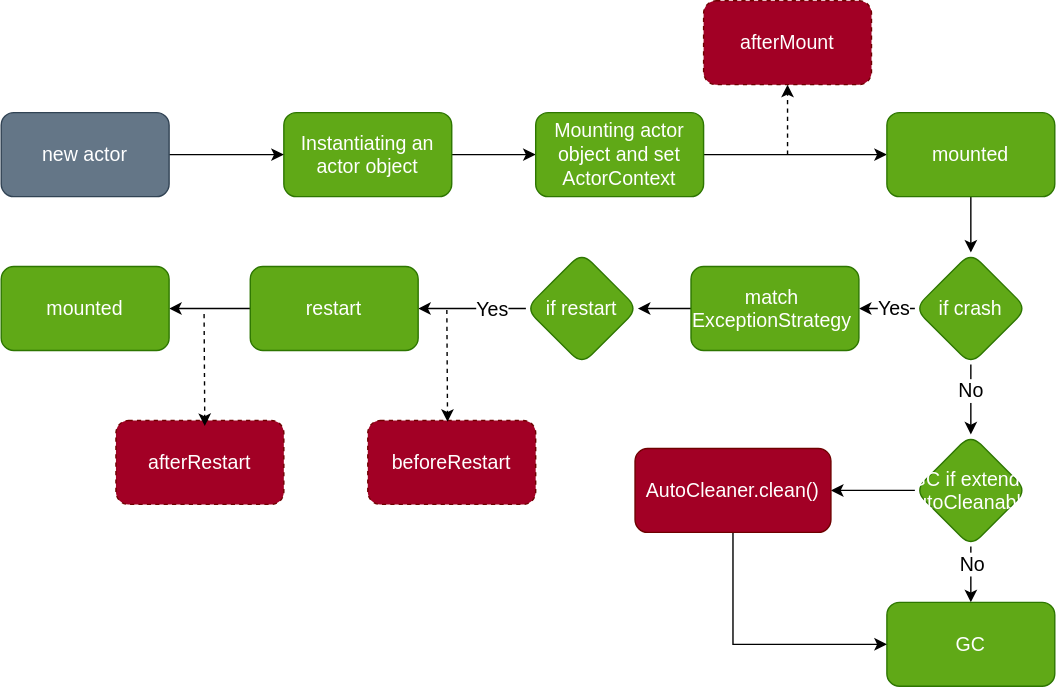
This is docs/_assets/images/actor_life_cycle.drawio.svg from otavia-projects/otavia, a draw.io export, as it was before one commit. Source tidied: cells renumbered, new cells last; positions are measured from the earlier drawing's top-left corner, leaving out a move shared by most shapes.
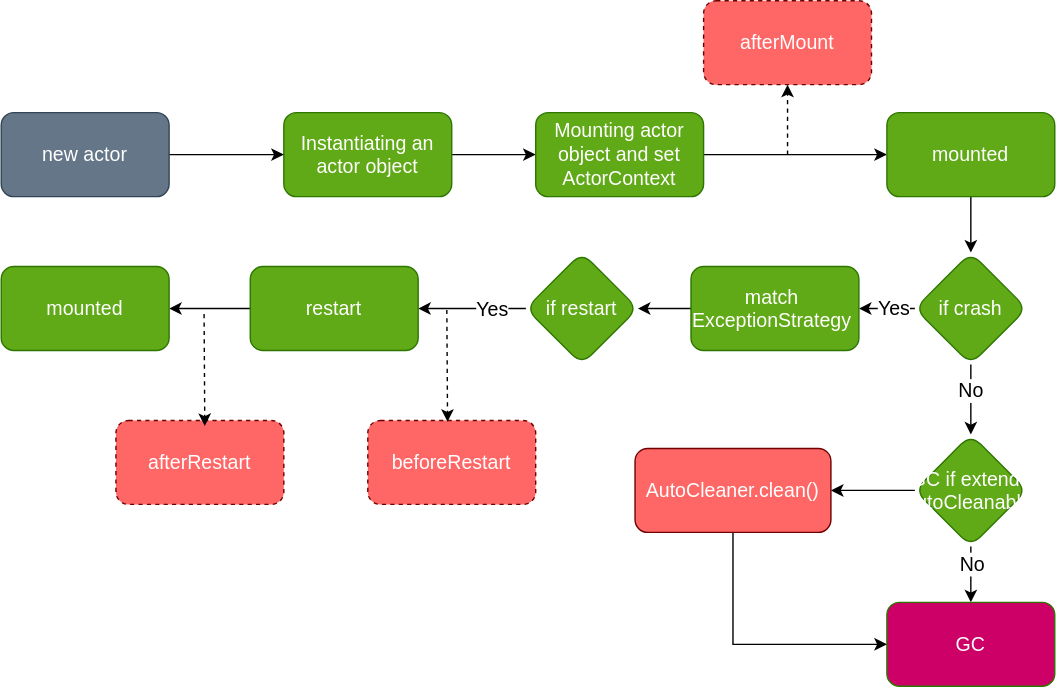
The same diagram one commit later.

Change to the diagram source:
```diff
@@ -26,7 +26,7 @@
     <mxCell id="9" value="mounted" style="rounded=1;whiteSpace=wrap;html=1;fontSize=14;fillColor=#60a917;fontColor=#ffffff;strokeColor=#2D7600;" parent="1" vertex="1">
       <mxGeometry x="633" y="80" width="120" height="60" as="geometry" />
     </mxCell>
-    <mxCell id="10" value="afterMount" style="rounded=1;whiteSpace=wrap;html=1;fontSize=14;dashed=1;fillColor=#a20025;fontColor=#ffffff;strokeColor=#6F0000;" parent="1" vertex="1">
+    <mxCell id="10" value="afterMount" style="rounded=1;whiteSpace=wrap;html=1;fontSize=14;dashed=1;fillColor=#FF6666;fontColor=#ffffff;strokeColor=#6F0000;" parent="1" vertex="1">
       <mxGeometry x="502" width="120" height="60" as="geometry" />
     </mxCell>
     <mxCell id="11" style="endArrow=classic;html=1;rounded=0;fontSize=14;dashed=1;entryX=0.5;entryY=1;entryDx=0;entryDy=0;" parent="1" edge="1" target="10">
@@ -70,7 +70,7 @@
     <mxCell id="23" value="restart" style="whiteSpace=wrap;html=1;fontSize=14;rounded=1;fillColor=#60a917;fontColor=#ffffff;strokeColor=#2D7600;" parent="1" vertex="1">
       <mxGeometry x="178" y="190" width="120" height="60" as="geometry" />
     </mxCell>
-    <mxCell id="24" value="beforeRestart" style="rounded=1;whiteSpace=wrap;html=1;fontSize=14;dashed=1;fillColor=#a20025;fontColor=#ffffff;strokeColor=#6F0000;" parent="1" vertex="1">
+    <mxCell id="24" value="beforeRestart" style="rounded=1;whiteSpace=wrap;html=1;fontSize=14;dashed=1;fillColor=#FF6666;fontColor=#ffffff;strokeColor=#6F0000;" parent="1" vertex="1">
       <mxGeometry x="262" y="300" width="120" height="60" as="geometry" />
     </mxCell>
     <mxCell id="25" style="endArrow=classic;html=1;rounded=0;fontSize=14;entryX=0.5;entryY=0;entryDx=0;entryDy=0;dashed=1;" parent="1" edge="1">
@@ -94,7 +94,7 @@
     <mxCell id="30" value="GC if extends&lt;br&gt;AutoCleanable&amp;nbsp;" style="rhombus;whiteSpace=wrap;html=1;fontSize=14;rounded=1;fillColor=#60a917;fontColor=#ffffff;strokeColor=#2D7600;" parent="1" vertex="1">
       <mxGeometry x="653" y="310" width="80" height="80" as="geometry" />
     </mxCell>
-    <mxCell id="31" value="afterRestart" style="rounded=1;whiteSpace=wrap;html=1;fontSize=14;dashed=1;fillColor=#a20025;fontColor=#ffffff;strokeColor=#6F0000;" parent="1" vertex="1">
+    <mxCell id="31" value="afterRestart" style="rounded=1;whiteSpace=wrap;html=1;fontSize=14;dashed=1;fillColor=#FF6666;fontColor=#ffffff;strokeColor=#6F0000;" parent="1" vertex="1">
       <mxGeometry x="82" y="300" width="120" height="60" as="geometry" />
     </mxCell>
     <mxCell id="32" style="endArrow=classic;html=1;rounded=0;fontSize=14;entryX=0.5;entryY=0;entryDx=0;entryDy=0;dashed=1;" parent="1" edge="1">
@@ -103,13 +103,13 @@
         <mxPoint x="145.5" y="304" as="targetPoint" />
       </mxGeometry>
     </mxCell>
-    <mxCell id="33" value="GC" style="whiteSpace=wrap;html=1;fontSize=14;rounded=1;fillColor=#60a917;fontColor=#ffffff;strokeColor=#2D7600;" parent="1" vertex="1">
+    <mxCell id="33" value="GC" style="whiteSpace=wrap;html=1;fontSize=14;rounded=1;fillColor=#CC0066;fontColor=#ffffff;strokeColor=#2D7600;" parent="1" vertex="1">
       <mxGeometry x="633" y="430" width="120" height="60" as="geometry" />
     </mxCell>
     <mxCell id="34" style="edgeStyle=orthogonalEdgeStyle;rounded=0;jettySize=auto;html=1;entryX=0;entryY=0.5;entryDx=0;entryDy=0;fontSize=14;exitX=0.5;exitY=1;exitDx=0;exitDy=0;" parent="1" edge="1" source="35" target="33">
       <mxGeometry relative="1" as="geometry" />
     </mxCell>
-    <mxCell id="35" value="AutoCleaner.clean()" style="whiteSpace=wrap;html=1;fontSize=14;rounded=1;fillColor=#a20025;fontColor=#ffffff;strokeColor=#6F0000;" parent="1" vertex="1">
+    <mxCell id="35" value="AutoCleaner.clean()" style="whiteSpace=wrap;html=1;fontSize=14;rounded=1;fillColor=#FF6666;fontColor=#ffffff;strokeColor=#6F0000;" parent="1" vertex="1">
       <mxGeometry x="453" y="320" width="140" height="60" as="geometry" />
     </mxCell>
   </root>
```
